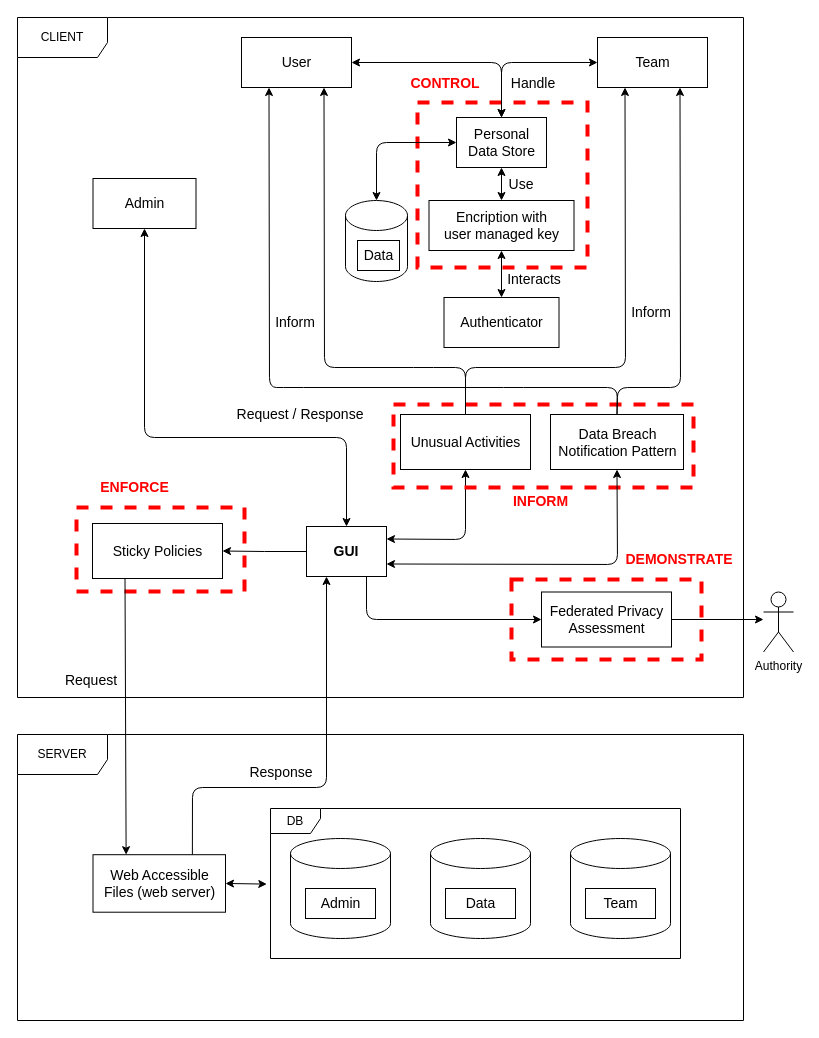
Above: page "Process Oriented" (2 of 2) of Design diagrams.drawio in pegasusgio/Civic-Sense (draw.io), before the change. Source tidied: cells renumbered, new cells numbered last; positions are measured from the earlier drawing's top-left corner, leaving out a move shared by most shapes. Both pictures are drawn from the tidied source at 100%, with x=0, y=0 at pixel (17, 17).
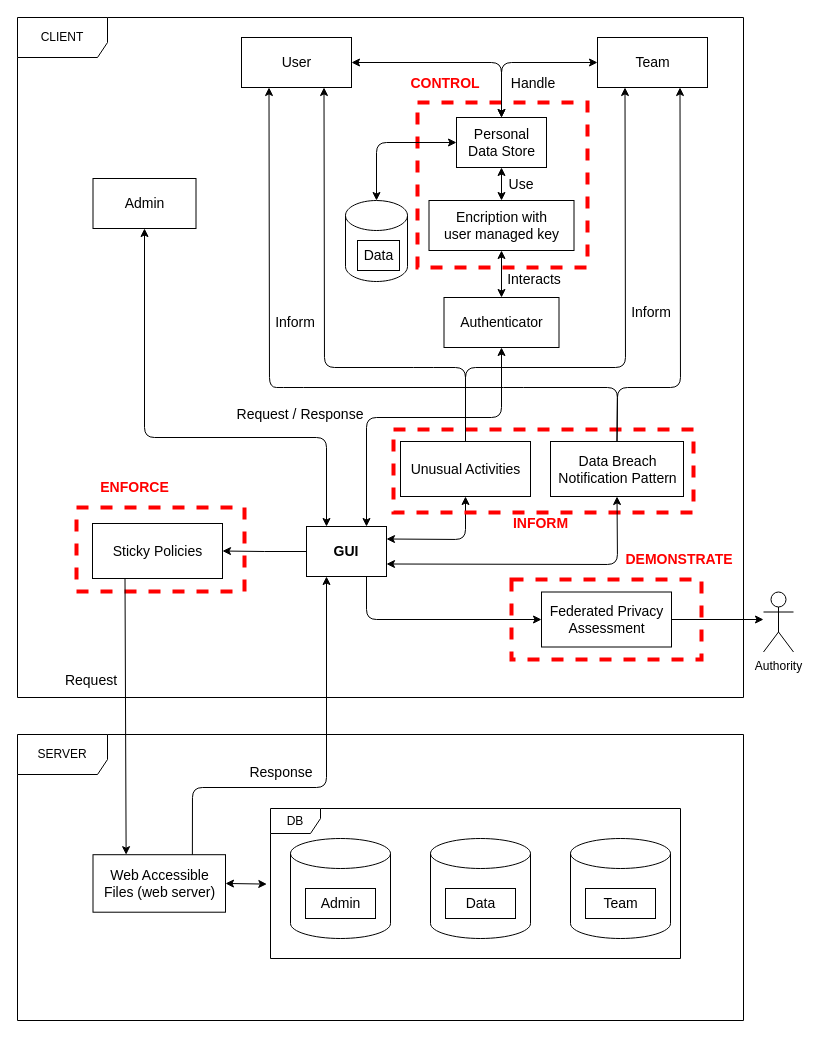
Above is the later version.

The change refers to these unchanged cells:
```xml
<mxCell id="18" value="&lt;font style=&quot;font-size: 14px&quot;&gt;&lt;b&gt;GUI&lt;/b&gt;&lt;/font&gt;" style="rounded=0;whiteSpace=wrap;html=1;" parent="1" vertex="1">
  <mxGeometry x="289" y="509" width="80" height="50" as="geometry" />
</mxCell>
<mxCell id="20" value="&lt;font style=&quot;font-size: 14px&quot;&gt;Admin&lt;/font&gt;" style="html=1;" parent="1" vertex="1">
  <mxGeometry x="75.5" y="161" width="103" height="50" as="geometry" />
</mxCell>
<mxCell id="21" value="&lt;span style=&quot;font-size: 14px&quot;&gt;Authenticator&lt;/span&gt;" style="html=1;" parent="1" vertex="1">
  <mxGeometry x="426.5" y="280" width="115" height="50" as="geometry" />
</mxCell>
```

Diff of the diagram source:
```diff
@@
-    <mxCell id="33" style="endArrow=classic;startArrow=classic;html=1;entryX=0.5;entryY=1;entryDx=0;entryDy=0;exitX=0.5;exitY=0;exitDx=0;exitDy=0;" parent="1" edge="1" target="20">
+    <mxCell id="33" style="endArrow=classic;startArrow=classic;html=1;entryX=0.5;entryY=1;entryDx=0;entryDy=0;exitX=0.25;exitY=0;exitDx=0;exitDy=0;" parent="1" edge="1" source="18" target="20">
       <mxGeometry relative="1" as="geometry">
-        <mxPoint x="329" y="509" as="sourcePoint" />
         <Array as="points">
-          <mxPoint x="329" y="420" />
+          <mxPoint x="309" y="420" />
           <mxPoint x="127" y="420" />
         </Array>
       </mxGeometry>
     </mxCell>
@@
     <mxCell id="42" style="html=1;whiteSpace=wrap;fontSize=12;fontStyle=0;verticalAlign=top;align=center;dashed=1;spacingTop=3;strokeWidth=4;fillColor=none;strokeColor=#FF0000;" parent="1" vertex="1">
-      <mxGeometry x="376" y="387" width="300" height="83" as="geometry" />
+      <mxGeometry x="376" y="412" width="300" height="83" as="geometry" />
     </mxCell>
     <mxCell id="43" value="&lt;span style=&quot;font-size: 14px&quot;&gt;Unusual Activities&lt;/span&gt;" style="html=1;" parent="1" vertex="1">
-      <mxGeometry x="383" y="397" width="130" height="55" as="geometry" />
+      <mxGeometry x="383" y="424" width="130" height="55" as="geometry" />
     </mxCell>
     <mxCell id="44" value="&lt;font color=&quot;#ff0000&quot; size=&quot;1&quot;&gt;&lt;b style=&quot;font-size: 14px&quot;&gt;INFORM&lt;/b&gt;&lt;/font&gt;" style="text;html=1;strokeColor=none;fillColor=none;align=center;verticalAlign=middle;whiteSpace=wrap;rounded=0;dashed=1;" parent="1" vertex="1">
-      <mxGeometry x="496" y="474" width="55" height="20" as="geometry" />
+      <mxGeometry x="496" y="496" width="55" height="20" as="geometry" />
     </mxCell>
@@
     <mxCell id="52" value="&lt;span style=&quot;font-size: 14px&quot;&gt;Data Breach&lt;br&gt;Notification Pattern&lt;br&gt;&lt;/span&gt;" style="html=1;" parent="1" vertex="1">
-      <mxGeometry x="533" y="397" width="133" height="55" as="geometry" />
+      <mxGeometry x="533" y="424" width="133" height="55" as="geometry" />
     </mxCell>
@@
+    <mxCell id="61" style="endArrow=classic;startArrow=classic;html=1;entryX=0.5;entryY=1;entryDx=0;entryDy=0;exitX=0.75;exitY=0;exitDx=0;exitDy=0;" parent="1" edge="1" source="18" target="21">
+      <mxGeometry relative="1" as="geometry">
+        <Array as="points">
+          <mxPoint x="349" y="400" />
+          <mxPoint x="484" y="400" />
+        </Array>
+      </mxGeometry>
+    </mxCell>
```
